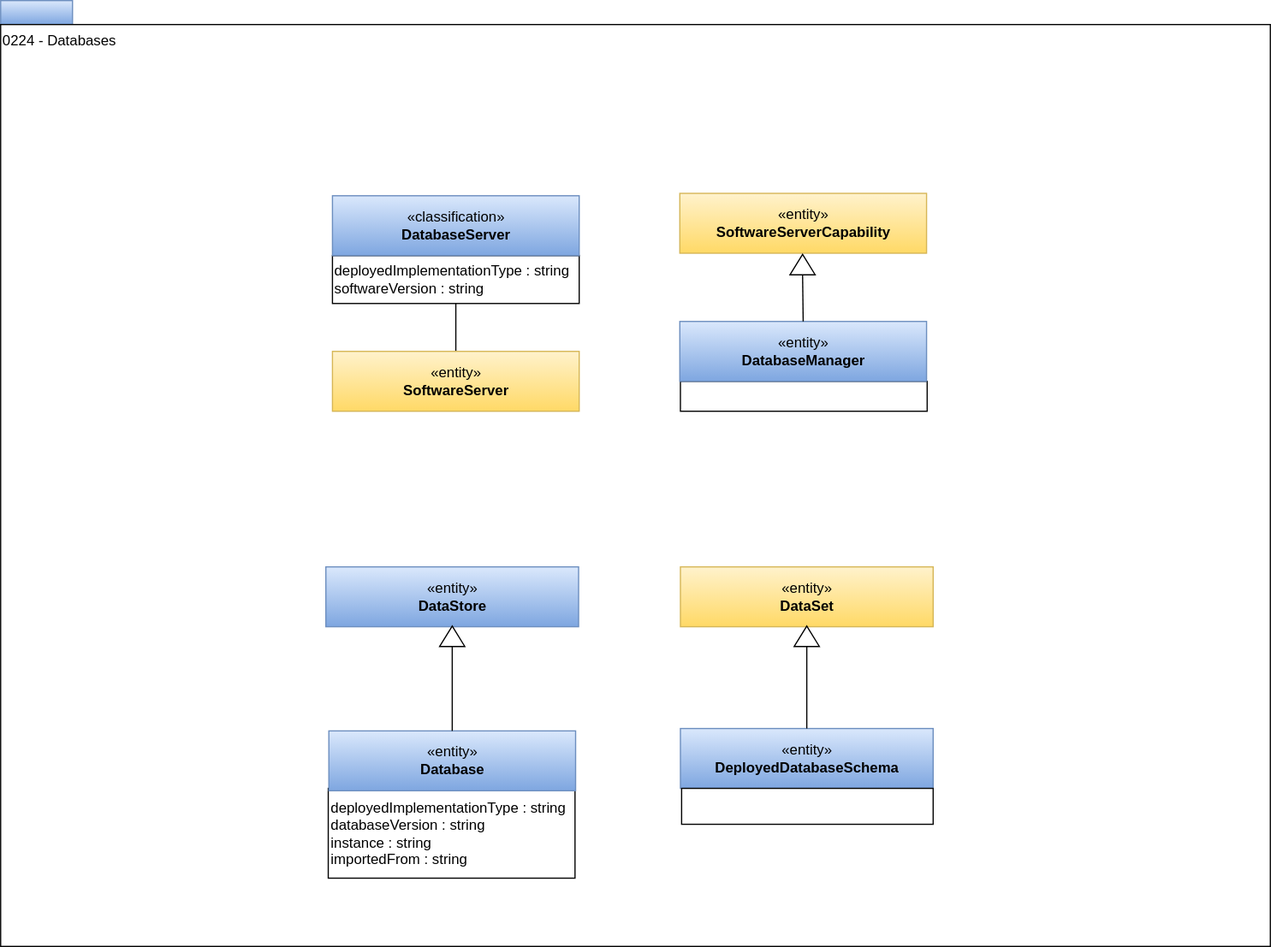
odpi/egeria-docs keeps this draw.io diagram as site/docs/types/2/0224-Databases.svg. Above is the earlier version. Source tidied: cells renumbered, new cells last; positions are measured from the earlier drawing's top-left corner, leaving out a move shared by most shapes. The source it was exported from:
```xml
<mxGraphModel>
  <root>
    <mxCell id="0" />
    <mxCell id="1" parent="0" />
    <mxCell id="2" style="rounded=0;whiteSpace=wrap;html=1;align=left;fillColor=#dae8fc;strokeColor=#6c8ebf;gradientColor=#7ea6e0;" parent="1" vertex="1">
      <mxGeometry width="60" height="20" as="geometry" />
    </mxCell>
    <mxCell id="3" value="0224 - Databases" style="rounded=0;whiteSpace=wrap;html=1;align=left;verticalAlign=top;" parent="1" vertex="1">
      <mxGeometry y="20" width="1060" height="770" as="geometry" />
    </mxCell>
    <mxCell id="4" style="edgeStyle=orthogonalEdgeStyle;rounded=0;jettySize=auto;html=1;exitX=0.5;exitY=1;exitDx=0;exitDy=0;entryX=0.5;entryY=0;entryDx=0;entryDy=0;endArrow=none;endFill=0;" parent="1" edge="1" source="5" target="7">
      <mxGeometry relative="1" as="geometry" />
    </mxCell>
    <mxCell id="5" value="deployedImplementationType : string&lt;br&gt;softwareVersion : string" style="rounded=0;whiteSpace=wrap;html=1;strokeColor=#000000;gradientColor=#ffffff;align=left;" parent="1" vertex="1">
      <mxGeometry x="277" y="213" width="206" height="40" as="geometry" />
    </mxCell>
    <mxCell id="6" value="«classification»&lt;br&gt;&lt;b&gt;DatabaseServer&lt;/b&gt;" style="html=1;strokeColor=#6c8ebf;align=center;fillColor=#dae8fc;gradientColor=#7ea6e0;" parent="1" vertex="1">
      <mxGeometry x="277" y="163" width="206" height="50" as="geometry" />
    </mxCell>
    <mxCell id="7" value="«entity»&lt;br&gt;&lt;b&gt;SoftwareServer&lt;/b&gt;" style="html=1;strokeColor=#d6b656;align=center;fillColor=#fff2cc;gradientColor=#ffd966;" parent="1" vertex="1">
      <mxGeometry x="277" y="293" width="206" height="50" as="geometry" />
    </mxCell>
    <mxCell id="8" value="«entity»&lt;br&gt;&lt;b&gt;DeployedDatabaseSchema&lt;/b&gt;" style="html=1;strokeColor=#6c8ebf;align=center;fillColor=#dae8fc;gradientColor=#7ea6e0;" parent="1" vertex="1">
      <mxGeometry x="567.5" y="608" width="211" height="50" as="geometry" />
    </mxCell>
    <mxCell id="9" style="rounded=0;whiteSpace=wrap;html=1;strokeColor=#000000;gradientColor=#ffffff;align=left;" parent="1" vertex="1">
      <mxGeometry x="568.5" y="658" width="210" height="30" as="geometry" />
    </mxCell>
    <mxCell id="10" value="«entity»&lt;br&gt;&lt;b&gt;DataSet&lt;/b&gt;" style="html=1;strokeColor=#d6b656;align=center;fillColor=#fff2cc;gradientColor=#ffd966;" parent="1" vertex="1">
      <mxGeometry x="567.5" y="473" width="211" height="50" as="geometry" />
    </mxCell>
    <mxCell id="11" style="edgeStyle=orthogonalEdgeStyle;rounded=0;jettySize=auto;html=1;exitX=0;exitY=0.5;exitDx=0;exitDy=0;endArrow=none;endFill=0;" parent="1" edge="1" source="12" target="8">
      <mxGeometry relative="1" as="geometry" />
    </mxCell>
    <mxCell id="12" style="triangle;whiteSpace=wrap;html=1;strokeColor=#000000;gradientColor=#ffffff;align=center;rotation=-90;" parent="1" vertex="1">
      <mxGeometry x="664.5" y="520.5" width="17" height="21" as="geometry" />
    </mxCell>
    <mxCell id="13" value="deployedImplementationType : string&lt;br&gt;databaseVersion : string&lt;br&gt;instance : string&lt;br&gt;importedFrom : string" style="rounded=0;whiteSpace=wrap;html=1;strokeColor=#000000;gradientColor=#ffffff;align=left;" parent="1" vertex="1">
      <mxGeometry x="273.5" y="658" width="206" height="75" as="geometry" />
    </mxCell>
    <mxCell id="14" value="«entity»&lt;br&gt;&lt;b&gt;Database&lt;/b&gt;" style="html=1;strokeColor=#6c8ebf;align=center;fillColor=#dae8fc;gradientColor=#7ea6e0;" parent="1" vertex="1">
      <mxGeometry x="274" y="610" width="206" height="50" as="geometry" />
    </mxCell>
    <mxCell id="15" style="rounded=0;whiteSpace=wrap;html=1;strokeColor=#000000;gradientColor=#ffffff;align=left;" parent="1" vertex="1">
      <mxGeometry x="567.5" y="318" width="206" height="25" as="geometry" />
    </mxCell>
    <mxCell id="16" value="«entity»&lt;br&gt;&lt;b&gt;DatabaseManager&lt;/b&gt;" style="html=1;strokeColor=#6c8ebf;align=center;fillColor=#dae8fc;gradientColor=#7ea6e0;" parent="1" vertex="1">
      <mxGeometry x="567" y="268" width="206" height="50" as="geometry" />
    </mxCell>
    <mxCell id="17" value="«entity»&lt;br&gt;&lt;b&gt;SoftwareServerCapability&lt;/b&gt;&lt;br&gt;" style="html=1;strokeColor=#d6b656;align=center;fillColor=#fff2cc;gradientColor=#ffd966;" parent="1" vertex="1">
      <mxGeometry x="567" y="161" width="206" height="50" as="geometry" />
    </mxCell>
    <mxCell id="18" value="«entity»&lt;br&gt;&lt;b&gt;DataStore&lt;/b&gt;" style="html=1;strokeColor=#6c8ebf;align=center;fillColor=#dae8fc;gradientColor=#7ea6e0;" parent="1" vertex="1">
      <mxGeometry x="271.5" y="473" width="211" height="50" as="geometry" />
    </mxCell>
    <mxCell id="19" style="edgeStyle=orthogonalEdgeStyle;rounded=0;jettySize=auto;html=1;exitX=0;exitY=0.5;exitDx=0;exitDy=0;endArrow=none;endFill=0;entryX=0.5;entryY=0;entryDx=0;entryDy=0;" parent="1" edge="1" source="20" target="14">
      <mxGeometry relative="1" as="geometry" />
    </mxCell>
    <mxCell id="20" style="triangle;whiteSpace=wrap;html=1;strokeColor=#000000;gradientColor=#ffffff;align=center;rotation=-90;" parent="1" vertex="1">
      <mxGeometry x="368.5" y="520.5" width="17" height="21" as="geometry" />
    </mxCell>
    <mxCell id="21" style="triangle;whiteSpace=wrap;html=1;strokeColor=#000000;gradientColor=#ffffff;align=center;rotation=-90;" parent="1" vertex="1">
      <mxGeometry x="661" y="210" width="17" height="21" as="geometry" />
    </mxCell>
    <mxCell id="22" style="edgeStyle=orthogonalEdgeStyle;rounded=0;jettySize=auto;html=1;exitX=0.5;exitY=0;exitDx=0;exitDy=0;endArrow=none;endFill=0;entryX=0;entryY=0.5;entryDx=0;entryDy=0;" parent="1" edge="1" source="16" target="21">
      <mxGeometry relative="1" as="geometry" />
    </mxCell>
  </root>
</mxGraphModel>
```
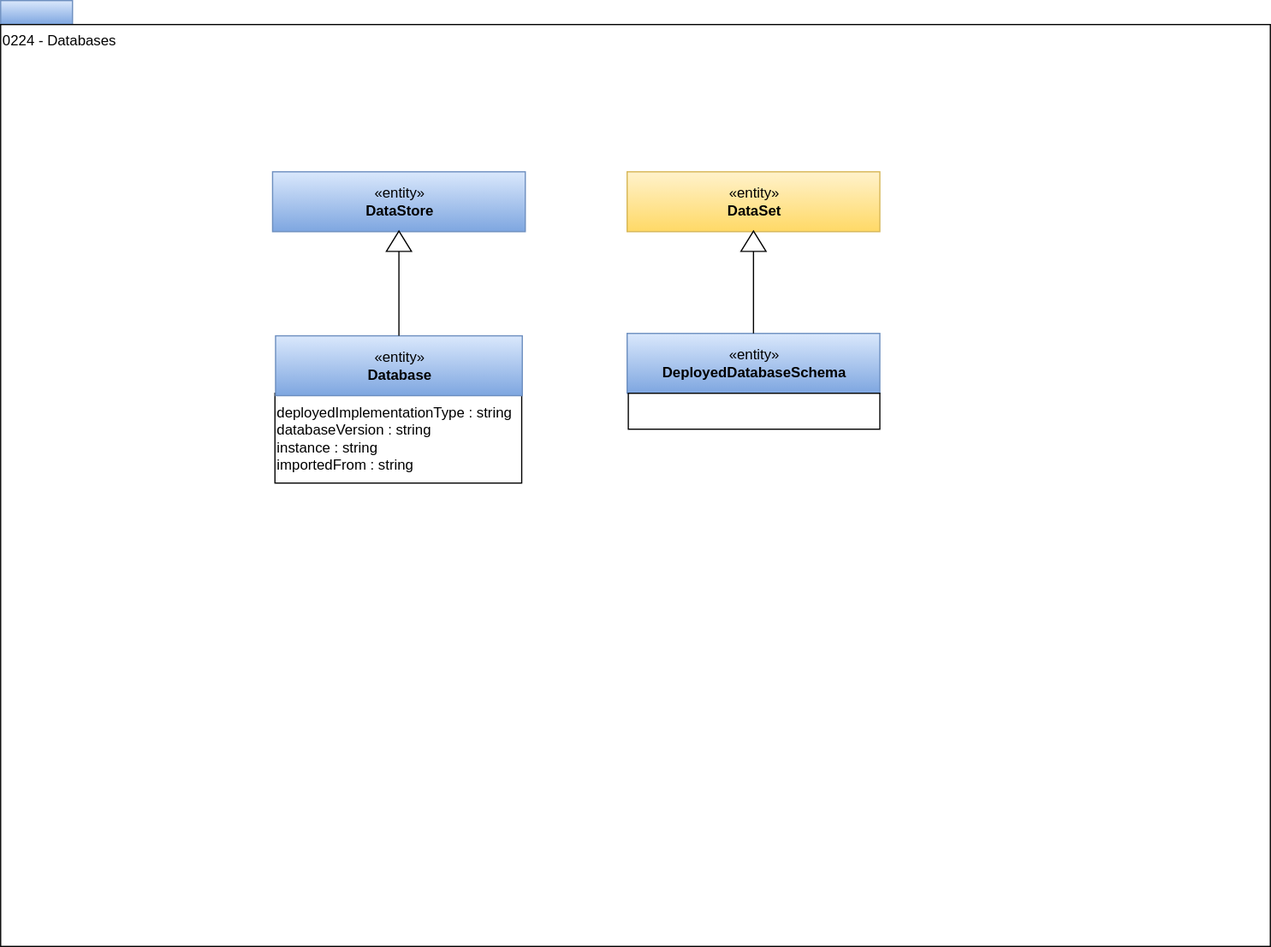
The same file after the commit.

The edit, as a diff of the source:
```diff
@@ -8,62 +8,35 @@
     <mxCell id="3" value="0224 - Databases" style="rounded=0;whiteSpace=wrap;html=1;align=left;verticalAlign=top;" parent="1" vertex="1">
       <mxGeometry y="20" width="1060" height="770" as="geometry" />
     </mxCell>
-    <mxCell id="4" style="edgeStyle=orthogonalEdgeStyle;rounded=0;jettySize=auto;html=1;exitX=0.5;exitY=1;exitDx=0;exitDy=0;entryX=0.5;entryY=0;entryDx=0;entryDy=0;endArrow=none;endFill=0;" parent="1" edge="1" source="5" target="7">
-      <mxGeometry relative="1" as="geometry" />
+    <mxCell id="4" value="«entity»&lt;br&gt;&lt;b&gt;DeployedDatabaseSchema&lt;/b&gt;" style="html=1;strokeColor=#6c8ebf;align=center;fillColor=#dae8fc;gradientColor=#7ea6e0;" parent="1" vertex="1">
+      <mxGeometry x="523" y="278" width="211" height="50" as="geometry" />
     </mxCell>
-    <mxCell id="5" value="deployedImplementationType : string&lt;br&gt;softwareVersion : string" style="rounded=0;whiteSpace=wrap;html=1;strokeColor=#000000;gradientColor=#ffffff;align=left;" parent="1" vertex="1">
-      <mxGeometry x="277" y="213" width="206" height="40" as="geometry" />
+    <mxCell id="5" style="rounded=0;whiteSpace=wrap;html=1;strokeColor=#000000;gradientColor=#ffffff;align=left;" parent="1" vertex="1">
+      <mxGeometry x="524" y="328" width="210" height="30" as="geometry" />
     </mxCell>
-    <mxCell id="6" value="«classification»&lt;br&gt;&lt;b&gt;DatabaseServer&lt;/b&gt;" style="html=1;strokeColor=#6c8ebf;align=center;fillColor=#dae8fc;gradientColor=#7ea6e0;" parent="1" vertex="1">
-      <mxGeometry x="277" y="163" width="206" height="50" as="geometry" />
+    <mxCell id="6" value="«entity»&lt;br&gt;&lt;b&gt;DataSet&lt;/b&gt;" style="html=1;strokeColor=#d6b656;align=center;fillColor=#fff2cc;gradientColor=#ffd966;" parent="1" vertex="1">
+      <mxGeometry x="523" y="143" width="211" height="50" as="geometry" />
     </mxCell>
-    <mxCell id="7" value="«entity»&lt;br&gt;&lt;b&gt;SoftwareServer&lt;/b&gt;" style="html=1;strokeColor=#d6b656;align=center;fillColor=#fff2cc;gradientColor=#ffd966;" parent="1" vertex="1">
-      <mxGeometry x="277" y="293" width="206" height="50" as="geometry" />
+    <mxCell id="7" style="edgeStyle=orthogonalEdgeStyle;rounded=0;jettySize=auto;html=1;exitX=0;exitY=0.5;exitDx=0;exitDy=0;endArrow=none;endFill=0;" parent="1" edge="1" source="8" target="4">
+      <mxGeometry relative="1" as="geometry" />
     </mxCell>
-    <mxCell id="8" value="«entity»&lt;br&gt;&lt;b&gt;DeployedDatabaseSchema&lt;/b&gt;" style="html=1;strokeColor=#6c8ebf;align=center;fillColor=#dae8fc;gradientColor=#7ea6e0;" parent="1" vertex="1">
-      <mxGeometry x="567.5" y="608" width="211" height="50" as="geometry" />
+    <mxCell id="8" style="triangle;whiteSpace=wrap;html=1;strokeColor=#000000;gradientColor=#ffffff;align=center;rotation=-90;" parent="1" vertex="1">
+      <mxGeometry x="620" y="190.5" width="17" height="21" as="geometry" />
     </mxCell>
-    <mxCell id="9" style="rounded=0;whiteSpace=wrap;html=1;strokeColor=#000000;gradientColor=#ffffff;align=left;" parent="1" vertex="1">
-      <mxGeometry x="568.5" y="658" width="210" height="30" as="geometry" />
+    <mxCell id="9" value="deployedImplementationType : string&lt;br&gt;databaseVersion : string&lt;br&gt;instance : string&lt;br&gt;importedFrom : string" style="rounded=0;whiteSpace=wrap;html=1;strokeColor=#000000;gradientColor=#ffffff;align=left;" parent="1" vertex="1">
+      <mxGeometry x="229" y="328" width="206" height="75" as="geometry" />
     </mxCell>
-    <mxCell id="10" value="«entity»&lt;br&gt;&lt;b&gt;DataSet&lt;/b&gt;" style="html=1;strokeColor=#d6b656;align=center;fillColor=#fff2cc;gradientColor=#ffd966;" parent="1" vertex="1">
-      <mxGeometry x="567.5" y="473" width="211" height="50" as="geometry" />
+    <mxCell id="10" value="«entity»&lt;br&gt;&lt;b&gt;Database&lt;/b&gt;" style="html=1;strokeColor=#6c8ebf;align=center;fillColor=#dae8fc;gradientColor=#7ea6e0;" parent="1" vertex="1">
+      <mxGeometry x="229.5" y="280" width="206" height="50" as="geometry" />
     </mxCell>
-    <mxCell id="11" style="edgeStyle=orthogonalEdgeStyle;rounded=0;jettySize=auto;html=1;exitX=0;exitY=0.5;exitDx=0;exitDy=0;endArrow=none;endFill=0;" parent="1" edge="1" source="12" target="8">
-      <mxGeometry relative="1" as="geometry" />
+    <mxCell id="11" value="«entity»&lt;br&gt;&lt;b&gt;DataStore&lt;/b&gt;" style="html=1;strokeColor=#6c8ebf;align=center;fillColor=#dae8fc;gradientColor=#7ea6e0;" parent="1" vertex="1">
+      <mxGeometry x="227" y="143" width="211" height="50" as="geometry" />
     </mxCell>
-    <mxCell id="12" style="triangle;whiteSpace=wrap;html=1;strokeColor=#000000;gradientColor=#ffffff;align=center;rotation=-90;" parent="1" vertex="1">
-      <mxGeometry x="664.5" y="520.5" width="17" height="21" as="geometry" />
+    <mxCell id="12" style="edgeStyle=orthogonalEdgeStyle;rounded=0;jettySize=auto;html=1;exitX=0;exitY=0.5;exitDx=0;exitDy=0;endArrow=none;endFill=0;entryX=0.5;entryY=0;entryDx=0;entryDy=0;" parent="1" edge="1" source="13" target="10">
+      <mxGeometry relative="1" as="geometry" />
     </mxCell>
-    <mxCell id="13" value="deployedImplementationType : string&lt;br&gt;databaseVersion : string&lt;br&gt;instance : string&lt;br&gt;importedFrom : string" style="rounded=0;whiteSpace=wrap;html=1;strokeColor=#000000;gradientColor=#ffffff;align=left;" parent="1" vertex="1">
-      <mxGeometry x="273.5" y="658" width="206" height="75" as="geometry" />
+    <mxCell id="13" style="triangle;whiteSpace=wrap;html=1;strokeColor=#000000;gradientColor=#ffffff;align=center;rotation=-90;" parent="1" vertex="1">
+      <mxGeometry x="324" y="190.5" width="17" height="21" as="geometry" />
     </mxCell>
-    <mxCell id="14" value="«entity»&lt;br&gt;&lt;b&gt;Database&lt;/b&gt;" style="html=1;strokeColor=#6c8ebf;align=center;fillColor=#dae8fc;gradientColor=#7ea6e0;" parent="1" vertex="1">
-      <mxGeometry x="274" y="610" width="206" height="50" as="geometry" />
-    </mxCell>
-    <mxCell id="15" style="rounded=0;whiteSpace=wrap;html=1;strokeColor=#000000;gradientColor=#ffffff;align=left;" parent="1" vertex="1">
-      <mxGeometry x="567.5" y="318" width="206" height="25" as="geometry" />
-    </mxCell>
-    <mxCell id="16" value="«entity»&lt;br&gt;&lt;b&gt;DatabaseManager&lt;/b&gt;" style="html=1;strokeColor=#6c8ebf;align=center;fillColor=#dae8fc;gradientColor=#7ea6e0;" parent="1" vertex="1">
-      <mxGeometry x="567" y="268" width="206" height="50" as="geometry" />
-    </mxCell>
-    <mxCell id="17" value="«entity»&lt;br&gt;&lt;b&gt;SoftwareServerCapability&lt;/b&gt;&lt;br&gt;" style="html=1;strokeColor=#d6b656;align=center;fillColor=#fff2cc;gradientColor=#ffd966;" parent="1" vertex="1">
-      <mxGeometry x="567" y="161" width="206" height="50" as="geometry" />
-    </mxCell>
-    <mxCell id="18" value="«entity»&lt;br&gt;&lt;b&gt;DataStore&lt;/b&gt;" style="html=1;strokeColor=#6c8ebf;align=center;fillColor=#dae8fc;gradientColor=#7ea6e0;" parent="1" vertex="1">
-      <mxGeometry x="271.5" y="473" width="211" height="50" as="geometry" />
-    </mxCell>
-    <mxCell id="19" style="edgeStyle=orthogonalEdgeStyle;rounded=0;jettySize=auto;html=1;exitX=0;exitY=0.5;exitDx=0;exitDy=0;endArrow=none;endFill=0;entryX=0.5;entryY=0;entryDx=0;entryDy=0;" parent="1" edge="1" source="20" target="14">
-      <mxGeometry relative="1" as="geometry" />
-    </mxCell>
-    <mxCell id="20" style="triangle;whiteSpace=wrap;html=1;strokeColor=#000000;gradientColor=#ffffff;align=center;rotation=-90;" parent="1" vertex="1">
-      <mxGeometry x="368.5" y="520.5" width="17" height="21" as="geometry" />
-    </mxCell>
-    <mxCell id="21" style="triangle;whiteSpace=wrap;html=1;strokeColor=#000000;gradientColor=#ffffff;align=center;rotation=-90;" parent="1" vertex="1">
-      <mxGeometry x="661" y="210" width="17" height="21" as="geometry" />
-    </mxCell>
-    <mxCell id="22" style="edgeStyle=orthogonalEdgeStyle;rounded=0;jettySize=auto;html=1;exitX=0.5;exitY=0;exitDx=0;exitDy=0;endArrow=none;endFill=0;entryX=0;entryY=0.5;entryDx=0;entryDy=0;" parent="1" edge="1" source="16" target="21">
-      <mxGeometry relative="1" as="geometry" />
-    </mxCell>
   </root>
 </mxGraphModel>
```
